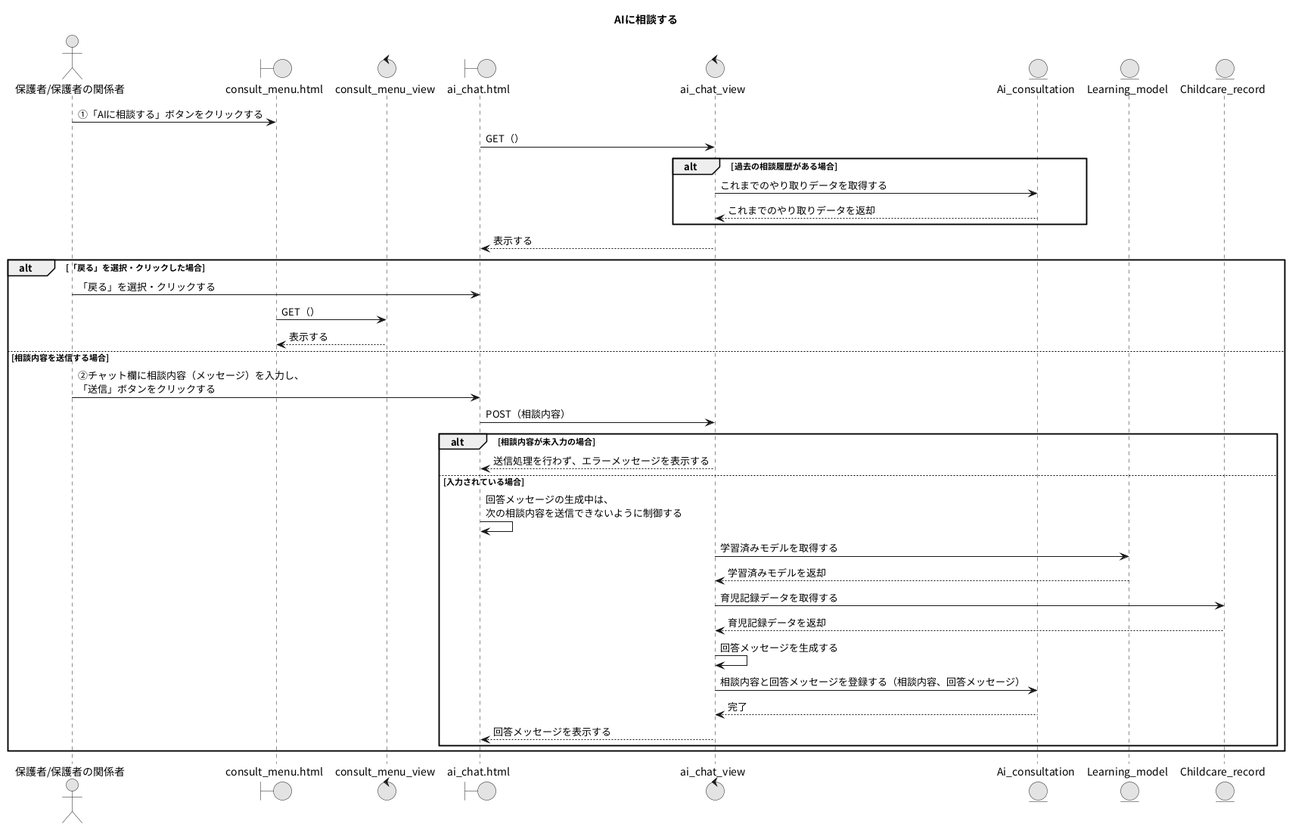
Before: PNG/09_AIに相談する.png, a diagram exported from PlantUML (Ma2naga190330/26_sotugyou_puml).
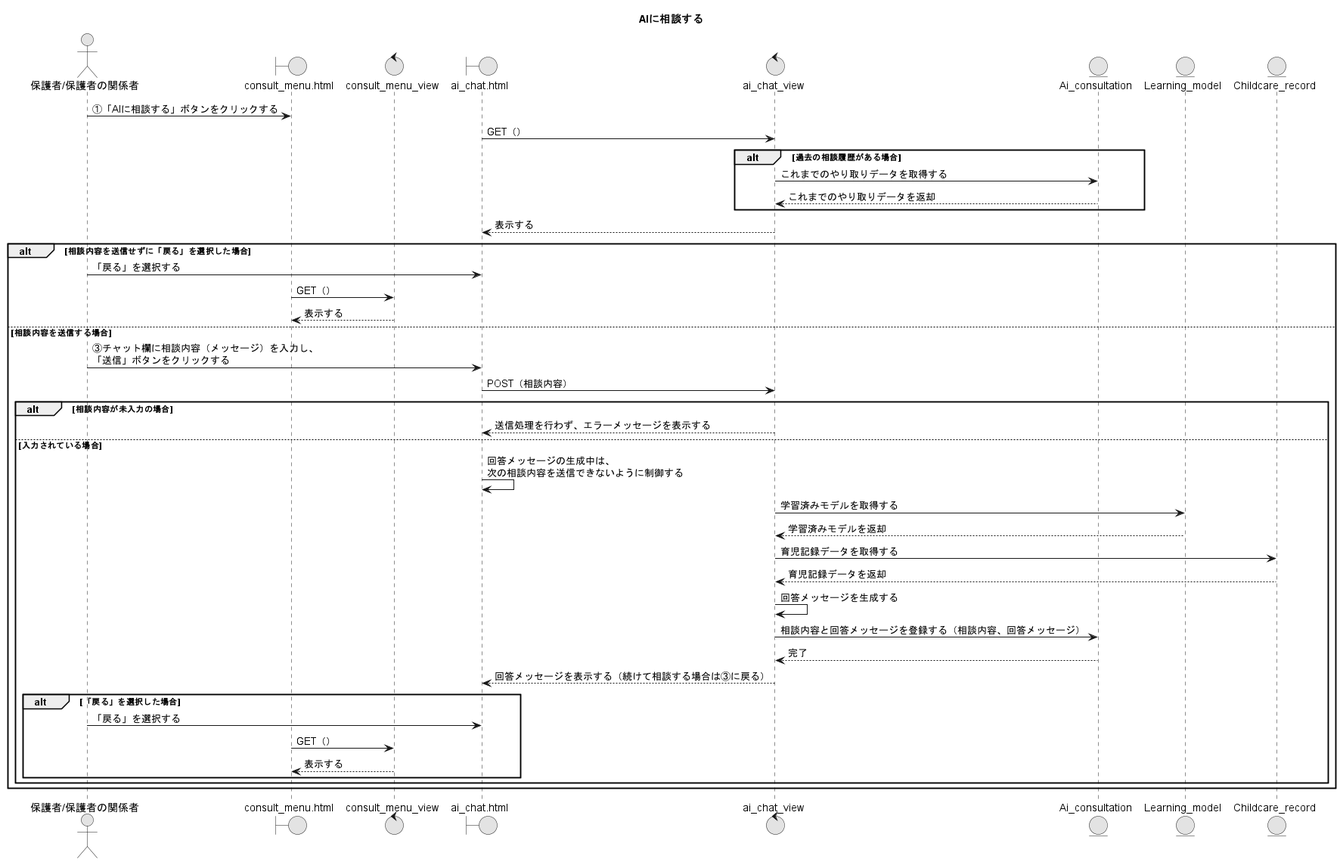
After the commit.

The edit, as a diff of the source:
```diff
@@ -20,12 +20,12 @@
 end
 ACV --> ACP : 表示する
 
-alt 「戻る」を選択・クリックした場合
-  A -> ACP : 「戻る」を選択・クリックする
+alt 相談内容を送信せずに「戻る」を選択した場合
+  A -> ACP : 「戻る」を選択する
   CMP -> CMV : GET（）
   CMV --> CMP : 表示する
 else 相談内容を送信する場合
-  A -> ACP : ②チャット欄に相談内容（メッセージ）を入力し、\n「送信」ボタンをクリックする
+  A -> ACP : ③チャット欄に相談内容（メッセージ）を入力し、\n「送信」ボタンをクリックする
   ACP -> ACV : POST（相談内容）
   alt 相談内容が未入力の場合
     ACV --> ACP : 送信処理を行わず、エラーメッセージを表示する
@@ -38,7 +38,12 @@
     ACV -> ACV : 回答メッセージを生成する
     ACV -> ACSM : 相談内容と回答メッセージを登録する（相談内容、回答メッセージ）
     ACV <-- ACSM : 完了
-    ACV --> ACP : 回答メッセージを表示する
+    ACV --> ACP : 回答メッセージを表示する（続けて相談する場合は③に戻る）
+    alt 「戻る」を選択した場合
+      A -> ACP : 「戻る」を選択する
+      CMP -> CMV : GET（）
+      CMV --> CMP : 表示する
+    end
   end
 end
 @enduml
```
